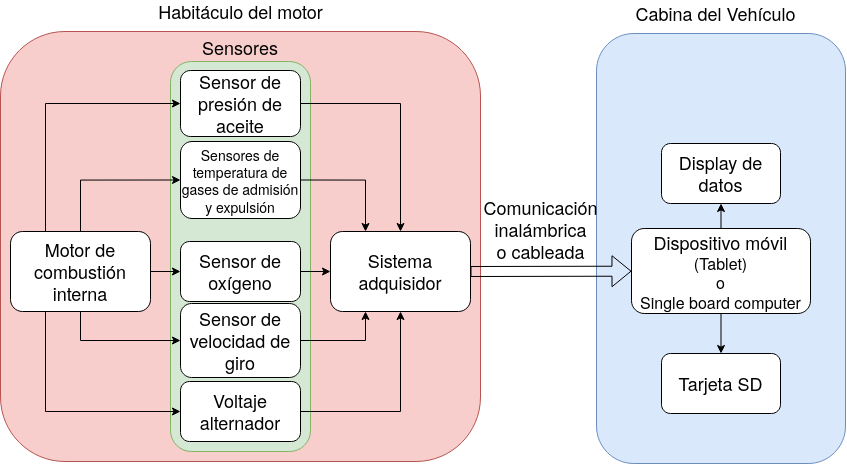
This is Figures/diagrama-proyecto.png from mignacio/memoria-final, a draw.io export, as it was before one commit. Source tidied: cells renumbered, new cells last; positions are measured from the earlier drawing's top-left corner, leaving out a move shared by most shapes. The source it was exported from:
```xml
<mxGraphModel>
  <root>
    <mxCell id="0" />
    <mxCell id="1" parent="0" />
    <mxCell id="2" style="rounded=1;whiteSpace=wrap;html=1;glass=0;labelBackgroundColor=none;fillColor=#dae8fc;strokeColor=#6c8ebf;" parent="1" vertex="1">
      <mxGeometry x="596" y="32" width="249" height="430" as="geometry" />
    </mxCell>
    <mxCell id="3" style="rounded=1;whiteSpace=wrap;html=1;glass=0;labelBackgroundColor=none;fillColor=#f8cecc;strokeColor=#b85450;" parent="1" vertex="1">
      <mxGeometry y="30" width="480" height="430" as="geometry" />
    </mxCell>
    <mxCell id="4" style="rounded=1;whiteSpace=wrap;html=1;fillColor=#d5e8d4;strokeColor=#82b366;glass=0;" parent="1" vertex="1">
      <mxGeometry x="170" y="60" width="140" height="390" as="geometry" />
    </mxCell>
    <mxCell id="5" style="edgeStyle=orthogonalEdgeStyle;rounded=0;jettySize=auto;html=1;exitX=0.25;exitY=0;exitDx=0;exitDy=0;entryX=0;entryY=0.5;entryDx=0;entryDy=0;" parent="1" edge="1" source="10" target="12">
      <mxGeometry relative="1" as="geometry" />
    </mxCell>
    <mxCell id="6" style="edgeStyle=orthogonalEdgeStyle;rounded=0;jettySize=auto;html=1;exitX=0.5;exitY=0;exitDx=0;exitDy=0;entryX=0;entryY=0.5;entryDx=0;entryDy=0;" parent="1" edge="1" source="10" target="14">
      <mxGeometry relative="1" as="geometry" />
    </mxCell>
    <mxCell id="7" style="edgeStyle=orthogonalEdgeStyle;rounded=0;jettySize=auto;html=1;exitX=0.5;exitY=1;exitDx=0;exitDy=0;entryX=0;entryY=0.5;entryDx=0;entryDy=0;" parent="1" edge="1" source="10" target="16">
      <mxGeometry relative="1" as="geometry" />
    </mxCell>
    <mxCell id="8" style="edgeStyle=orthogonalEdgeStyle;rounded=0;jettySize=auto;html=1;exitX=1;exitY=0.5;exitDx=0;exitDy=0;entryX=0;entryY=0.5;entryDx=0;entryDy=0;" parent="1" edge="1" source="10" target="18">
      <mxGeometry relative="1" as="geometry" />
    </mxCell>
    <mxCell id="9" style="edgeStyle=orthogonalEdgeStyle;rounded=0;jettySize=auto;html=1;exitX=0.25;exitY=1;exitDx=0;exitDy=0;entryX=0;entryY=0.5;entryDx=0;entryDy=0;" parent="1" edge="1" source="10" target="20">
      <mxGeometry relative="1" as="geometry" />
    </mxCell>
    <mxCell id="10" value="&lt;font style=&quot;font-size: 18px&quot;&gt;Motor de combustión interna&lt;/font&gt;" style="rounded=1;whiteSpace=wrap;html=1;" parent="1" vertex="1">
      <mxGeometry x="10" y="230" width="140" height="80" as="geometry" />
    </mxCell>
    <mxCell id="11" style="edgeStyle=orthogonalEdgeStyle;rounded=0;jettySize=auto;html=1;exitX=1;exitY=0.5;exitDx=0;exitDy=0;entryX=0.5;entryY=0;entryDx=0;entryDy=0;" parent="1" edge="1" source="12" target="21">
      <mxGeometry relative="1" as="geometry" />
    </mxCell>
    <mxCell id="12" value="&lt;font style=&quot;font-size: 18px&quot;&gt;Sensor de presión de aceite&lt;br&gt;&lt;/font&gt;" style="rounded=1;whiteSpace=wrap;html=1;" parent="1" vertex="1">
      <mxGeometry x="180" y="69" width="120" height="66" as="geometry" />
    </mxCell>
    <mxCell id="13" style="edgeStyle=orthogonalEdgeStyle;rounded=0;jettySize=auto;html=1;exitX=1;exitY=0.5;exitDx=0;exitDy=0;entryX=0.25;entryY=0;entryDx=0;entryDy=0;" parent="1" edge="1" source="14" target="21">
      <mxGeometry relative="1" as="geometry" />
    </mxCell>
    <mxCell id="14" value="&lt;div&gt;&lt;font style=&quot;font-size: 14px&quot;&gt;Sensores de temperatura de gases de admisión y expulsión&lt;/font&gt;&lt;/div&gt;" style="rounded=1;whiteSpace=wrap;html=1;" parent="1" vertex="1">
      <mxGeometry x="180" y="140" width="120" height="77" as="geometry" />
    </mxCell>
    <mxCell id="15" style="edgeStyle=orthogonalEdgeStyle;rounded=0;jettySize=auto;html=1;exitX=1;exitY=0.5;exitDx=0;exitDy=0;entryX=0.25;entryY=1;entryDx=0;entryDy=0;" parent="1" edge="1" source="16" target="21">
      <mxGeometry relative="1" as="geometry" />
    </mxCell>
    <mxCell id="16" value="&lt;font style=&quot;font-size: 18px&quot;&gt;Sensor de velocidad de giro&lt;/font&gt;" style="rounded=1;whiteSpace=wrap;html=1;" parent="1" vertex="1">
      <mxGeometry x="180" y="302" width="120" height="74" as="geometry" />
    </mxCell>
    <mxCell id="17" style="edgeStyle=orthogonalEdgeStyle;rounded=0;jettySize=auto;html=1;exitX=1;exitY=0.5;exitDx=0;exitDy=0;entryX=0;entryY=0.5;entryDx=0;entryDy=0;" parent="1" edge="1" source="18" target="21">
      <mxGeometry relative="1" as="geometry" />
    </mxCell>
    <mxCell id="18" value="&lt;font style=&quot;font-size: 18px&quot;&gt;Sensor de oxígeno&lt;/font&gt;" style="rounded=1;whiteSpace=wrap;html=1;" parent="1" vertex="1">
      <mxGeometry x="180" y="240" width="120" height="60" as="geometry" />
    </mxCell>
    <mxCell id="19" style="edgeStyle=orthogonalEdgeStyle;rounded=0;jettySize=auto;html=1;exitX=1;exitY=0.5;exitDx=0;exitDy=0;entryX=0.5;entryY=1;entryDx=0;entryDy=0;" parent="1" edge="1" source="20" target="21">
      <mxGeometry relative="1" as="geometry" />
    </mxCell>
    <mxCell id="20" value="&lt;font style=&quot;font-size: 18px&quot;&gt;Voltaje alternador&lt;/font&gt;" style="rounded=1;whiteSpace=wrap;html=1;" parent="1" vertex="1">
      <mxGeometry x="180" y="380" width="120" height="60" as="geometry" />
    </mxCell>
    <mxCell id="21" value="&lt;font style=&quot;font-size: 18px&quot;&gt;Sistema adquisidor&lt;/font&gt;" style="rounded=1;whiteSpace=wrap;html=1;" parent="1" vertex="1">
      <mxGeometry x="330" y="230" width="140" height="80" as="geometry" />
    </mxCell>
    <mxCell id="22" style="edgeStyle=orthogonalEdgeStyle;rounded=0;jettySize=auto;html=1;exitX=0.5;exitY=0;exitDx=0;exitDy=0;entryX=0.5;entryY=1;entryDx=0;entryDy=0;" parent="1" edge="1" source="24" target="27">
      <mxGeometry relative="1" as="geometry" />
    </mxCell>
    <mxCell id="23" style="edgeStyle=orthogonalEdgeStyle;rounded=0;jettySize=auto;html=1;exitX=0.5;exitY=1;exitDx=0;exitDy=0;entryX=0.5;entryY=0;entryDx=0;entryDy=0;" parent="1" edge="1" source="24" target="28">
      <mxGeometry relative="1" as="geometry" />
    </mxCell>
    <mxCell id="24" value="&lt;div&gt;&lt;font style=&quot;font-size: 18px&quot;&gt;Dispositivo móvil&lt;/font&gt;&lt;/div&gt;&lt;div&gt;&lt;font size=&quot;3&quot;&gt;(Tablet)&lt;/font&gt;&lt;/div&gt;&lt;div&gt;&lt;font size=&quot;3&quot;&gt;o &lt;br&gt;&lt;/font&gt;&lt;/div&gt;&lt;div&gt;&lt;font size=&quot;3&quot;&gt;Single board computer&lt;br&gt;&lt;/font&gt;&lt;/div&gt;" style="rounded=1;whiteSpace=wrap;html=1;" parent="1" vertex="1">
      <mxGeometry x="631" y="227" width="179" height="85" as="geometry" />
    </mxCell>
    <mxCell id="25" value="&lt;font style=&quot;font-size: 18px&quot;&gt;Sensores&lt;/font&gt;" style="text;html=1;strokeColor=none;fillColor=none;align=center;verticalAlign=middle;whiteSpace=wrap;rounded=0;glass=0;" parent="1" vertex="1">
      <mxGeometry x="190" y="36" width="100" height="20" as="geometry" />
    </mxCell>
    <mxCell id="26" value="&lt;font style=&quot;font-size: 18px&quot;&gt;Habitáculo del motor&lt;/font&gt;" style="text;html=1;strokeColor=none;fillColor=none;align=center;verticalAlign=middle;whiteSpace=wrap;rounded=0;glass=0;labelBackgroundColor=none;" parent="1" vertex="1">
      <mxGeometry x="143.5" width="193" height="20" as="geometry" />
    </mxCell>
    <mxCell id="27" value="&lt;font style=&quot;font-size: 18px&quot;&gt;Display de datos&lt;/font&gt;" style="rounded=1;whiteSpace=wrap;html=1;glass=0;labelBackgroundColor=none;" parent="1" vertex="1">
      <mxGeometry x="661" y="142" width="119" height="60" as="geometry" />
    </mxCell>
    <mxCell id="28" value="&lt;font style=&quot;font-size: 18px&quot;&gt;Tarjeta SD&lt;/font&gt;" style="rounded=1;whiteSpace=wrap;html=1;glass=0;labelBackgroundColor=none;" parent="1" vertex="1">
      <mxGeometry x="661" y="352" width="119" height="60" as="geometry" />
    </mxCell>
    <mxCell id="29" value="&lt;font style=&quot;font-size: 18px&quot;&gt;Cabina del Vehículo&lt;/font&gt;" style="text;html=1;strokeColor=none;fillColor=none;align=center;verticalAlign=middle;whiteSpace=wrap;rounded=0;glass=0;labelBackgroundColor=none;" parent="1" vertex="1">
      <mxGeometry x="631" y="2" width="169" height="20" as="geometry" />
    </mxCell>
    <mxCell id="30" style="shape=flexArrow;endArrow=classic;html=1;exitX=1;exitY=0.5;exitDx=0;exitDy=0;" parent="1" edge="1" source="21" target="24">
      <mxGeometry relative="1" as="geometry" />
    </mxCell>
    <mxCell id="31" value="&lt;div&gt;&lt;font style=&quot;font-size: 18px&quot;&gt;Comunicación inalámbrica&lt;/font&gt;&lt;/div&gt;&lt;div&gt;&lt;font style=&quot;font-size: 18px&quot;&gt; o cableada&lt;/font&gt;&lt;/div&gt;" style="text;html=1;strokeColor=none;fillColor=none;align=center;verticalAlign=middle;whiteSpace=wrap;rounded=0;glass=0;labelBackgroundColor=none;" parent="1" vertex="1">
      <mxGeometry x="444" y="218" width="193" height="20" as="geometry" />
    </mxCell>
  </root>
</mxGraphModel>
```
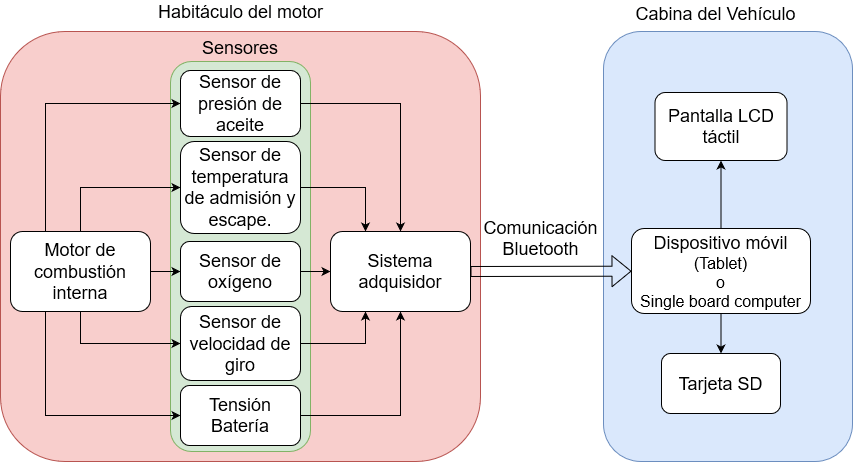
The same diagram one commit later.

The edit, as a diff of the source:
```diff
@@ -3,7 +3,7 @@
     <mxCell id="0" />
     <mxCell id="1" parent="0" />
     <mxCell id="2" style="rounded=1;whiteSpace=wrap;html=1;glass=0;labelBackgroundColor=none;fillColor=#dae8fc;strokeColor=#6c8ebf;" parent="1" vertex="1">
-      <mxGeometry x="596" y="32" width="249" height="430" as="geometry" />
+      <mxGeometry x="603" y="30" width="249" height="430" as="geometry" />
     </mxCell>
     <mxCell id="3" style="rounded=1;whiteSpace=wrap;html=1;glass=0;labelBackgroundColor=none;fillColor=#f8cecc;strokeColor=#b85450;" parent="1" vertex="1">
       <mxGeometry y="30" width="480" height="430" as="geometry" />
@@ -38,14 +38,14 @@
     <mxCell id="13" style="edgeStyle=orthogonalEdgeStyle;rounded=0;jettySize=auto;html=1;exitX=1;exitY=0.5;exitDx=0;exitDy=0;entryX=0.25;entryY=0;entryDx=0;entryDy=0;" parent="1" edge="1" source="14" target="21">
       <mxGeometry relative="1" as="geometry" />
     </mxCell>
-    <mxCell id="14" value="&lt;div&gt;&lt;font style=&quot;font-size: 14px&quot;&gt;Sensores de temperatura de gases de admisión y expulsión&lt;/font&gt;&lt;/div&gt;" style="rounded=1;whiteSpace=wrap;html=1;" parent="1" vertex="1">
-      <mxGeometry x="180" y="140" width="120" height="77" as="geometry" />
+    <mxCell id="14" value="&lt;p style=&quot;font-size: 18px&quot;&gt;&lt;font style=&quot;font-size: 18px&quot;&gt;Sensor de temperatura de admisión y escape.&lt;/font&gt;&lt;/p&gt;" style="rounded=1;whiteSpace=wrap;html=1;" parent="1" vertex="1">
+      <mxGeometry x="180" y="140" width="120" height="92" as="geometry" />
     </mxCell>
     <mxCell id="15" style="edgeStyle=orthogonalEdgeStyle;rounded=0;jettySize=auto;html=1;exitX=1;exitY=0.5;exitDx=0;exitDy=0;entryX=0.25;entryY=1;entryDx=0;entryDy=0;" parent="1" edge="1" source="16" target="21">
       <mxGeometry relative="1" as="geometry" />
     </mxCell>
     <mxCell id="16" value="&lt;font style=&quot;font-size: 18px&quot;&gt;Sensor de velocidad de giro&lt;/font&gt;" style="rounded=1;whiteSpace=wrap;html=1;" parent="1" vertex="1">
-      <mxGeometry x="180" y="302" width="120" height="74" as="geometry" />
+      <mxGeometry x="180" y="305" width="120" height="74" as="geometry" />
     </mxCell>
     <mxCell id="17" style="edgeStyle=orthogonalEdgeStyle;rounded=0;jettySize=auto;html=1;exitX=1;exitY=0.5;exitDx=0;exitDy=0;entryX=0;entryY=0.5;entryDx=0;entryDy=0;" parent="1" edge="1" source="18" target="21">
       <mxGeometry relative="1" as="geometry" />
@@ -56,8 +56,8 @@
     <mxCell id="19" style="edgeStyle=orthogonalEdgeStyle;rounded=0;jettySize=auto;html=1;exitX=1;exitY=0.5;exitDx=0;exitDy=0;entryX=0.5;entryY=1;entryDx=0;entryDy=0;" parent="1" edge="1" source="20" target="21">
       <mxGeometry relative="1" as="geometry" />
     </mxCell>
-    <mxCell id="20" value="&lt;font style=&quot;font-size: 18px&quot;&gt;Voltaje alternador&lt;/font&gt;" style="rounded=1;whiteSpace=wrap;html=1;" parent="1" vertex="1">
-      <mxGeometry x="180" y="380" width="120" height="60" as="geometry" />
+    <mxCell id="20" value="Tensión Batería" style="rounded=1;whiteSpace=wrap;html=1;fontSize=18;" parent="1" vertex="1">
+      <mxGeometry x="180" y="384" width="120" height="60" as="geometry" />
     </mxCell>
     <mxCell id="21" value="&lt;font style=&quot;font-size: 18px&quot;&gt;Sistema adquisidor&lt;/font&gt;" style="rounded=1;whiteSpace=wrap;html=1;" parent="1" vertex="1">
       <mxGeometry x="330" y="230" width="140" height="80" as="geometry" />
@@ -77,8 +77,8 @@
     <mxCell id="26" value="&lt;font style=&quot;font-size: 18px&quot;&gt;Habitáculo del motor&lt;/font&gt;" style="text;html=1;strokeColor=none;fillColor=none;align=center;verticalAlign=middle;whiteSpace=wrap;rounded=0;glass=0;labelBackgroundColor=none;" parent="1" vertex="1">
       <mxGeometry x="143.5" width="193" height="20" as="geometry" />
     </mxCell>
-    <mxCell id="27" value="&lt;font style=&quot;font-size: 18px&quot;&gt;Display de datos&lt;/font&gt;" style="rounded=1;whiteSpace=wrap;html=1;glass=0;labelBackgroundColor=none;" parent="1" vertex="1">
-      <mxGeometry x="661" y="142" width="119" height="60" as="geometry" />
+    <mxCell id="27" value="&lt;font style=&quot;font-size: 18px&quot;&gt;Pantalla LCD táctil&lt;/font&gt;" style="rounded=1;whiteSpace=wrap;html=1;glass=0;labelBackgroundColor=none;" parent="1" vertex="1">
+      <mxGeometry x="654.5" y="91" width="132" height="68" as="geometry" />
     </mxCell>
     <mxCell id="28" value="&lt;font style=&quot;font-size: 18px&quot;&gt;Tarjeta SD&lt;/font&gt;" style="rounded=1;whiteSpace=wrap;html=1;glass=0;labelBackgroundColor=none;" parent="1" vertex="1">
       <mxGeometry x="661" y="352" width="119" height="60" as="geometry" />
@@ -89,8 +89,8 @@
     <mxCell id="30" style="shape=flexArrow;endArrow=classic;html=1;exitX=1;exitY=0.5;exitDx=0;exitDy=0;" parent="1" edge="1" source="21" target="24">
       <mxGeometry relative="1" as="geometry" />
     </mxCell>
-    <mxCell id="31" value="&lt;div&gt;&lt;font style=&quot;font-size: 18px&quot;&gt;Comunicación inalámbrica&lt;/font&gt;&lt;/div&gt;&lt;div&gt;&lt;font style=&quot;font-size: 18px&quot;&gt; o cableada&lt;/font&gt;&lt;/div&gt;" style="text;html=1;strokeColor=none;fillColor=none;align=center;verticalAlign=middle;whiteSpace=wrap;rounded=0;glass=0;labelBackgroundColor=none;" parent="1" vertex="1">
-      <mxGeometry x="444" y="218" width="193" height="20" as="geometry" />
+    <mxCell id="31" value="&lt;div style=&quot;font-size: 18px;&quot;&gt;Comunicación&lt;/div&gt;&lt;div style=&quot;font-size: 18px;&quot;&gt;Bluetooth&lt;/div&gt;" style="text;html=1;strokeColor=none;fillColor=none;align=center;verticalAlign=middle;whiteSpace=wrap;rounded=0;glass=0;labelBackgroundColor=none;fontSize=18;" parent="1" vertex="1">
+      <mxGeometry x="485" y="218" width="111" height="38" as="geometry" />
     </mxCell>
   </root>
 </mxGraphModel>
```
